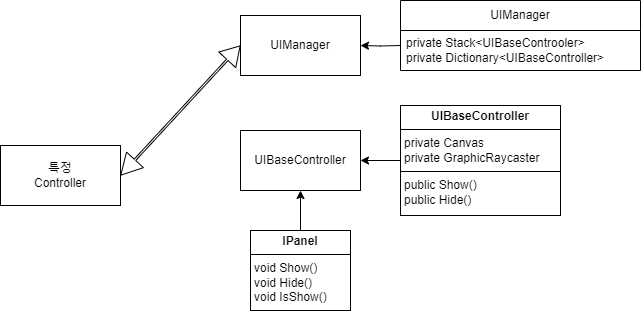
The draw.io diagram DrawIO/export/UIManager.drawio.png in DongKey123/UnityGeneric, before a commit. Source tidied: cells renumbered, new cells last; positions are measured from the earlier drawing's top-left corner, leaving out a move shared by most shapes. The source it was exported from:
```xml
<mxGraphModel>
  <root>
    <mxCell id="0" />
    <mxCell id="1" parent="0" />
    <mxCell id="2" value="&lt;div&gt;특정&lt;/div&gt;Controller" style="rounded=0;whiteSpace=wrap;html=1;" parent="1" vertex="1">
      <mxGeometry y="145" width="120" height="60" as="geometry" />
    </mxCell>
    <mxCell id="3" value="UIManager" style="rounded=0;whiteSpace=wrap;html=1;" parent="1" vertex="1">
      <mxGeometry x="240" y="15" width="120" height="60" as="geometry" />
    </mxCell>
    <mxCell id="4" style="shape=flexArrow;endArrow=classic;startArrow=classic;html=1;rounded=0;entryX=0;entryY=0.5;entryDx=0;entryDy=0;exitX=1;exitY=0.5;exitDx=0;exitDy=0;width=2;startSize=6.61;" parent="1" edge="1" source="2" target="3">
      <mxGeometry relative="1" as="geometry" />
    </mxCell>
    <mxCell id="5" value="UIManager" style="swimlane;fontStyle=0;horizontal=1;startSize=30;whiteSpace=wrap;html=1;" parent="1" vertex="1">
      <mxGeometry x="400" width="240" height="70" as="geometry" />
    </mxCell>
    <mxCell id="6" value="private Stack&amp;lt;UIBaseControoler&amp;gt;&lt;br&gt;private Dictionary&amp;lt;UIBaseController&amp;gt;" style="text;strokeColor=none;fillColor=none;align=left;verticalAlign=middle;spacingLeft=4;spacingRight=4;overflow=hidden;whiteSpace=wrap;html=1;" parent="5" vertex="1">
      <mxGeometry y="30" width="240" height="40" as="geometry" />
    </mxCell>
    <mxCell id="7" style="edgeStyle=orthogonalEdgeStyle;rounded=0;jettySize=auto;html=1;entryX=1;entryY=0.5;entryDx=0;entryDy=0;" parent="1" edge="1" target="3">
      <mxGeometry relative="1" as="geometry">
        <mxPoint x="400" y="45" as="sourcePoint" />
      </mxGeometry>
    </mxCell>
    <mxCell id="8" style="group;" parent="1" vertex="1">
      <mxGeometry x="240" y="105" width="320" height="205" as="geometry" />
    </mxCell>
    <mxCell id="9" value="UIBaseController" style="rounded=0;whiteSpace=wrap;html=1;" parent="8" vertex="1">
      <mxGeometry y="25" width="120" height="60" as="geometry" />
    </mxCell>
    <mxCell id="10" value="&lt;p style=&quot;margin:0px;margin-top:4px;text-align:center;&quot;&gt;&lt;b&gt;UIBaseController&lt;/b&gt;&lt;/p&gt;&lt;hr size=&quot;1&quot; style=&quot;border-style:solid;&quot;&gt;&lt;p style=&quot;margin:0px;margin-left:4px;&quot;&gt;private Canvas&lt;/p&gt;&lt;p style=&quot;margin:0px;margin-left:4px;&quot;&gt;private GraphicRaycaster&lt;/p&gt;&lt;hr size=&quot;1&quot; style=&quot;border-style:solid;&quot;&gt;&lt;p style=&quot;margin:0px;margin-left:4px;&quot;&gt;public Show()&lt;br&gt;public Hide()&lt;/p&gt;" style="verticalAlign=top;align=left;overflow=fill;html=1;whiteSpace=wrap;" parent="8" vertex="1">
      <mxGeometry x="160" width="160" height="110" as="geometry" />
    </mxCell>
    <mxCell id="11" value="&lt;p style=&quot;margin:0px;margin-top:4px;text-align:center;&quot;&gt;&lt;b&gt;IPanel&lt;/b&gt;&lt;/p&gt;&lt;hr size=&quot;1&quot; style=&quot;border-style:solid;&quot;&gt;&lt;p style=&quot;margin:0px;margin-left:4px;&quot;&gt;&lt;span style=&quot;background-color: initial;&quot;&gt;void Show()&lt;/span&gt;&lt;br&gt;&lt;/p&gt;&lt;p style=&quot;margin:0px;margin-left:4px;&quot;&gt;void Hide()&lt;/p&gt;&lt;p style=&quot;margin:0px;margin-left:4px;&quot;&gt;void IsShow()&lt;/p&gt;" style="verticalAlign=top;align=left;overflow=fill;html=1;whiteSpace=wrap;" parent="8" vertex="1">
      <mxGeometry x="10" y="125" width="100" height="80" as="geometry" />
    </mxCell>
    <mxCell id="12" style="edgeStyle=orthogonalEdgeStyle;rounded=0;jettySize=auto;html=1;entryX=1;entryY=0.5;entryDx=0;entryDy=0;" parent="8" edge="1" source="10" target="9">
      <mxGeometry relative="1" as="geometry" />
    </mxCell>
    <mxCell id="13" style="edgeStyle=orthogonalEdgeStyle;rounded=0;jettySize=auto;html=1;entryX=0.5;entryY=1;entryDx=0;entryDy=0;" parent="8" edge="1" source="11" target="9">
      <mxGeometry relative="1" as="geometry" />
    </mxCell>
  </root>
</mxGraphModel>
```
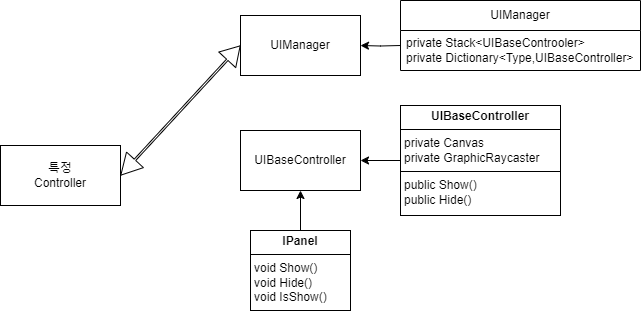
After the change.

The edit, as a diff of the source:
```diff
@@ -14,7 +14,7 @@
     <mxCell id="5" value="UIManager" style="swimlane;fontStyle=0;horizontal=1;startSize=30;whiteSpace=wrap;html=1;" parent="1" vertex="1">
       <mxGeometry x="400" width="240" height="70" as="geometry" />
     </mxCell>
-    <mxCell id="6" value="private Stack&amp;lt;UIBaseControoler&amp;gt;&lt;br&gt;private Dictionary&amp;lt;UIBaseController&amp;gt;" style="text;strokeColor=none;fillColor=none;align=left;verticalAlign=middle;spacingLeft=4;spacingRight=4;overflow=hidden;whiteSpace=wrap;html=1;" parent="5" vertex="1">
+    <mxCell id="6" value="private Stack&amp;lt;UIBaseControoler&amp;gt;&lt;br&gt;private Dictionary&amp;lt;Type,UIBaseController&amp;gt;" style="text;strokeColor=none;fillColor=none;align=left;verticalAlign=middle;spacingLeft=4;spacingRight=4;overflow=hidden;whiteSpace=wrap;html=1;" parent="5" vertex="1">
       <mxGeometry y="30" width="240" height="40" as="geometry" />
     </mxCell>
     <mxCell id="7" style="edgeStyle=orthogonalEdgeStyle;rounded=0;jettySize=auto;html=1;entryX=1;entryY=0.5;entryDx=0;entryDy=0;" parent="1" edge="1" target="3">
```
